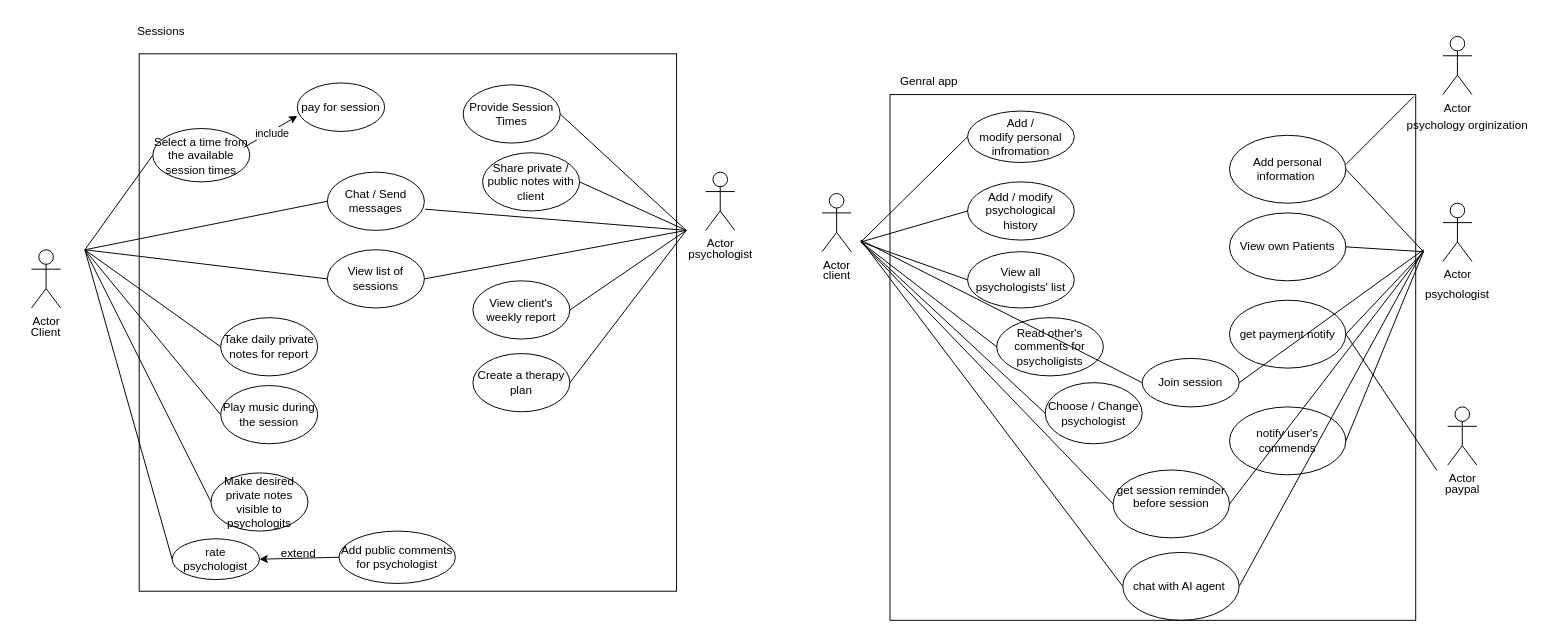
Before: uml.drawio in kiananasiri/MyProcessor, a draw.io diagram. Source tidied: cells renumbered, new cells numbered last; positions are measured from the earlier drawing's top-left corner, leaving out a move shared by most shapes. Both pictures are drawn from the tidied source at 97%, with x=0, y=0 at pixel (16, 16).
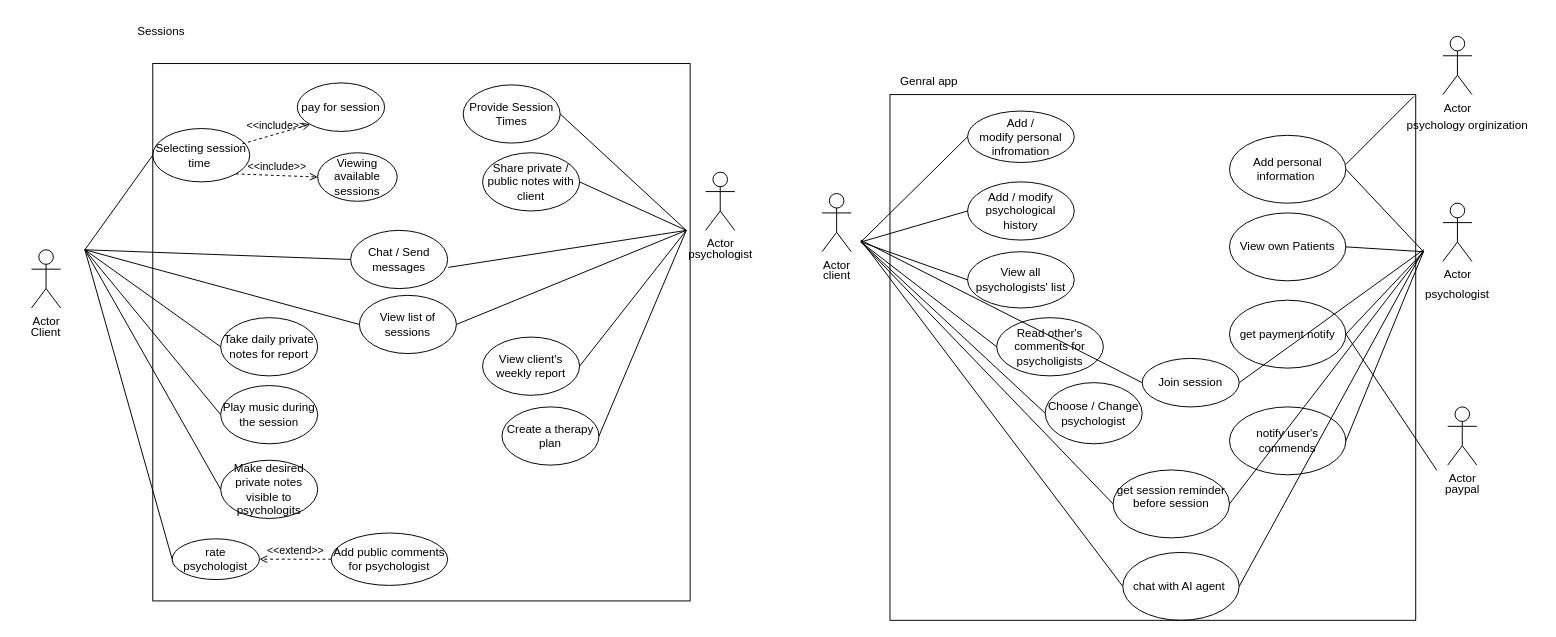
After the change.

The change refers to these unchanged cells:
```xml
<mxCell id="53" value="rate psychologist" style="ellipse;whiteSpace=wrap;html=1;fillColor=none;" parent="1" vertex="1">
  <mxGeometry x="160" y="538" width="90" height="42" as="geometry" />
</mxCell>
<mxCell id="63" value="pay for session" style="ellipse;whiteSpace=wrap;html=1;fillColor=none;" parent="1" vertex="1">
  <mxGeometry x="289" y="68" width="90" height="50" as="geometry" />
</mxCell>
```

Change to the diagram source:
```diff
@@
     <mxCell id="3" style="whiteSpace=wrap;html=1;fillColor=none;" parent="1" vertex="1">
-      <mxGeometry x="126" y="38" width="554" height="554" as="geometry" />
+      <mxGeometry x="140" y="48" width="554" height="554" as="geometry" />
     </mxCell>
@@
-    <mxCell id="8" value="Select a time from the available session times" style="ellipse;whiteSpace=wrap;html=1;fillColor=none;" parent="1" vertex="1">
+    <mxCell id="8" value="Selecting session time&amp;nbsp;" style="ellipse;whiteSpace=wrap;html=1;fillColor=none;" parent="1" vertex="1">
       <mxGeometry x="140" y="115" width="100" height="55" as="geometry" />
     </mxCell>
     <mxCell id="9" value="View list of sessions" style="ellipse;whiteSpace=wrap;html=1;fillColor=none;" parent="1" vertex="1">
-      <mxGeometry x="320" y="240" width="100" height="60" as="geometry" />
+      <mxGeometry x="353" y="287" width="100" height="60" as="geometry" />
     </mxCell>
@@
     <mxCell id="12" value="Make desired private notes visible to psychologits" style="ellipse;whiteSpace=wrap;html=1;fillColor=none;" parent="1" vertex="1">
-      <mxGeometry x="200" y="470" width="100" height="60" as="geometry" />
+      <mxGeometry x="210" y="457" width="100" height="60" as="geometry" />
     </mxCell>
     <mxCell id="13" value="Chat / Send messages" style="ellipse;whiteSpace=wrap;html=1;fillColor=none;" parent="1" vertex="1">
-      <mxGeometry x="320" y="160" width="100" height="60" as="geometry" />
+      <mxGeometry x="344" y="220" width="100" height="60" as="geometry" />
     </mxCell>
@@
     <mxCell id="15" value="View client's weekly report" style="ellipse;whiteSpace=wrap;html=1;fillColor=none;" parent="1" vertex="1">
-      <mxGeometry x="470" y="272" width="100" height="60" as="geometry" />
+      <mxGeometry x="480" y="330" width="100" height="60" as="geometry" />
     </mxCell>
     <mxCell id="16" value="Create a therapy plan" style="ellipse;whiteSpace=wrap;html=1;fillColor=none;" parent="1" vertex="1">
-      <mxGeometry x="470" y="347" width="100" height="60" as="geometry" />
+      <mxGeometry x="500" y="402" width="100" height="60" as="geometry" />
     </mxCell>
@@
     <mxCell id="39" value="Add public comments for psychologist" style="ellipse;whiteSpace=wrap;html=1;fillColor=none;" parent="1" vertex="1">
-      <mxGeometry x="332" y="530" width="120" height="54" as="geometry" />
+      <mxGeometry x="324" y="532" width="120" height="54" as="geometry" />
     </mxCell>
@@
-    <mxCell id="54" value="extend" style="text;html=1;align=center;verticalAlign=middle;strokeColor=none;fillColor=none;" parent="1" vertex="1">
-      <mxGeometry x="260" y="538" width="60" height="30" as="geometry" />
-    </mxCell>
-    <mxCell id="55" style="endArrow=classic;html=1;rounded=0;exitX=0;exitY=0.5;exitDx=0;exitDy=0;entryX=1;entryY=0.5;entryDx=0;entryDy=0;" parent="1" edge="1" source="39" target="53">
-      <mxGeometry relative="1" as="geometry" />
-    </mxCell>
@@
-    <mxCell id="64" style="endArrow=classic;html=1;rounded=0;entryX=0.001;entryY=0.681;entryDx=0;entryDy=0;entryPerimeter=0;" parent="1" edge="1" target="63">
-      <mxGeometry relative="1" as="geometry">
-        <mxPoint x="234" y="134.5" as="sourcePoint" />
-      </mxGeometry>
-    </mxCell>
-    <mxCell id="65" value="include" style="edgeLabel;html=1;align=center;verticalAlign=middle;" parent="64" vertex="1">
-      <mxGeometry x="0.01" y="-1" relative="1" as="geometry" />
-    </mxCell>
@@
+    <mxCell id="77" value="Viewing available sessions" style="ellipse;whiteSpace=wrap;html=1;" parent="1" vertex="1">
+      <mxGeometry x="310" y="140" width="82" height="50" as="geometry" />
+    </mxCell>
+    <mxCell id="78" value="&amp;lt;&amp;lt;include&amp;gt;&amp;gt;" style="html=1;verticalAlign=bottom;labelBackgroundColor=none;endArrow=open;endFill=0;dashed=1;rounded=0;entryX=0;entryY=0.5;entryDx=0;entryDy=0;exitX=1;exitY=1;exitDx=0;exitDy=0;" parent="1" edge="1" source="8" target="77">
+      <mxGeometry relative="1" as="geometry" />
+    </mxCell>
+    <mxCell id="79" value="&amp;lt;&amp;lt;include&amp;gt;&amp;gt;" style="html=1;verticalAlign=bottom;labelBackgroundColor=none;endArrow=open;endFill=0;dashed=1;rounded=0;entryX=0;entryY=1;entryDx=0;entryDy=0;exitX=0.924;exitY=0.286;exitDx=0;exitDy=0;exitPerimeter=0;" parent="1" edge="1" source="8" target="63">
+      <mxGeometry relative="1" as="geometry" />
+    </mxCell>
+    <mxCell id="55" value="&amp;lt;&amp;lt;extend&amp;gt;&amp;gt;" style="html=1;verticalAlign=bottom;labelBackgroundColor=none;endArrow=open;endFill=0;dashed=1;rounded=0;entryX=1;entryY=0.5;entryDx=0;entryDy=0;exitX=0;exitY=0.5;exitDx=0;exitDy=0;" parent="1" edge="1" source="39" target="53">
+      <mxGeometry relative="1" as="geometry" />
+    </mxCell>
```
